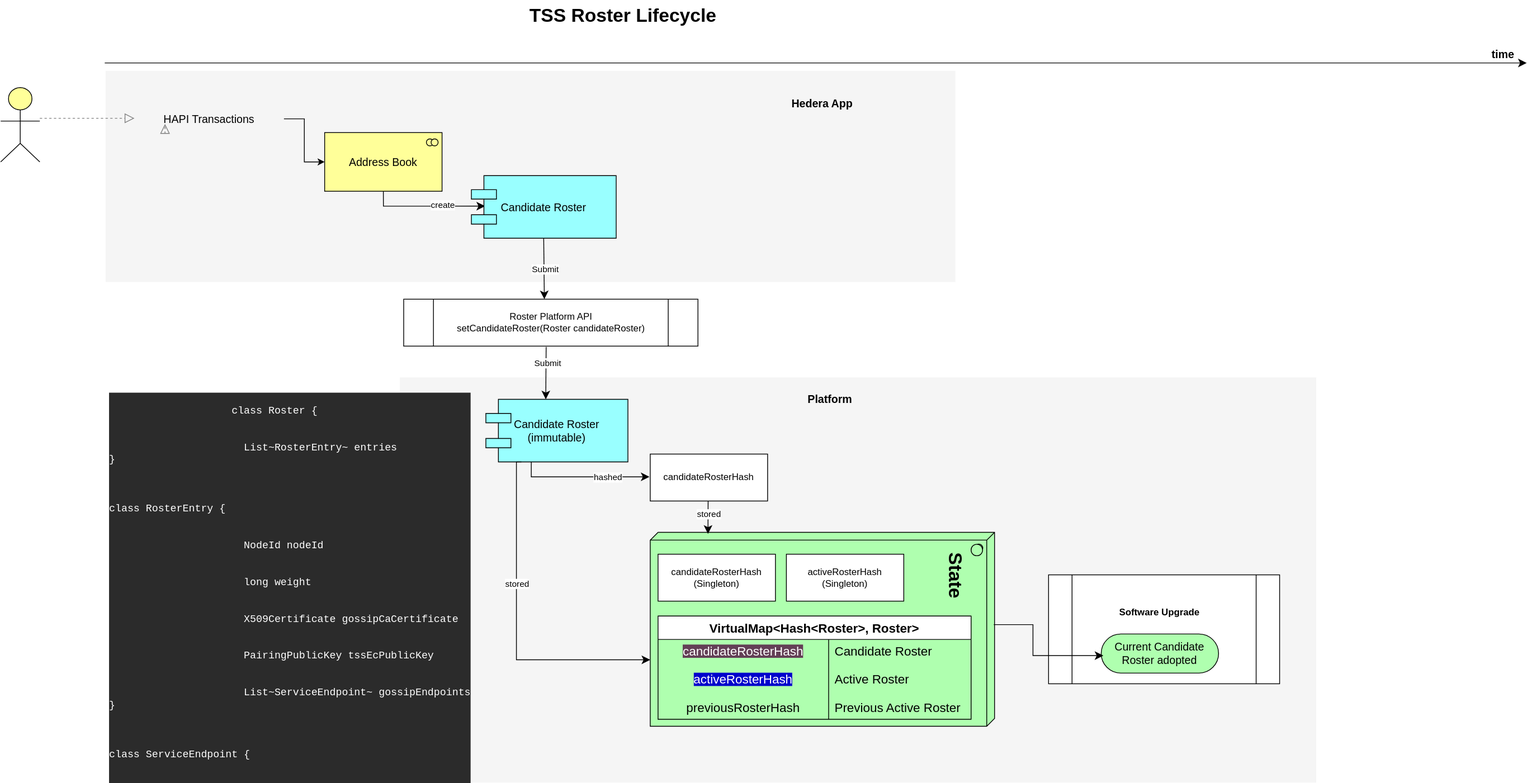
hashgraph/hedera-services keeps this draw.io diagram as platform-sdk/docs/proposals/001-tss-rosters-design-proposal/TSS Roster Lifecycle.drawio.svg. Above is the earlier version. Source tidied: cells renumbered, new cells last; positions are measured from the earlier drawing's top-left corner, leaving out a move shared by most shapes.
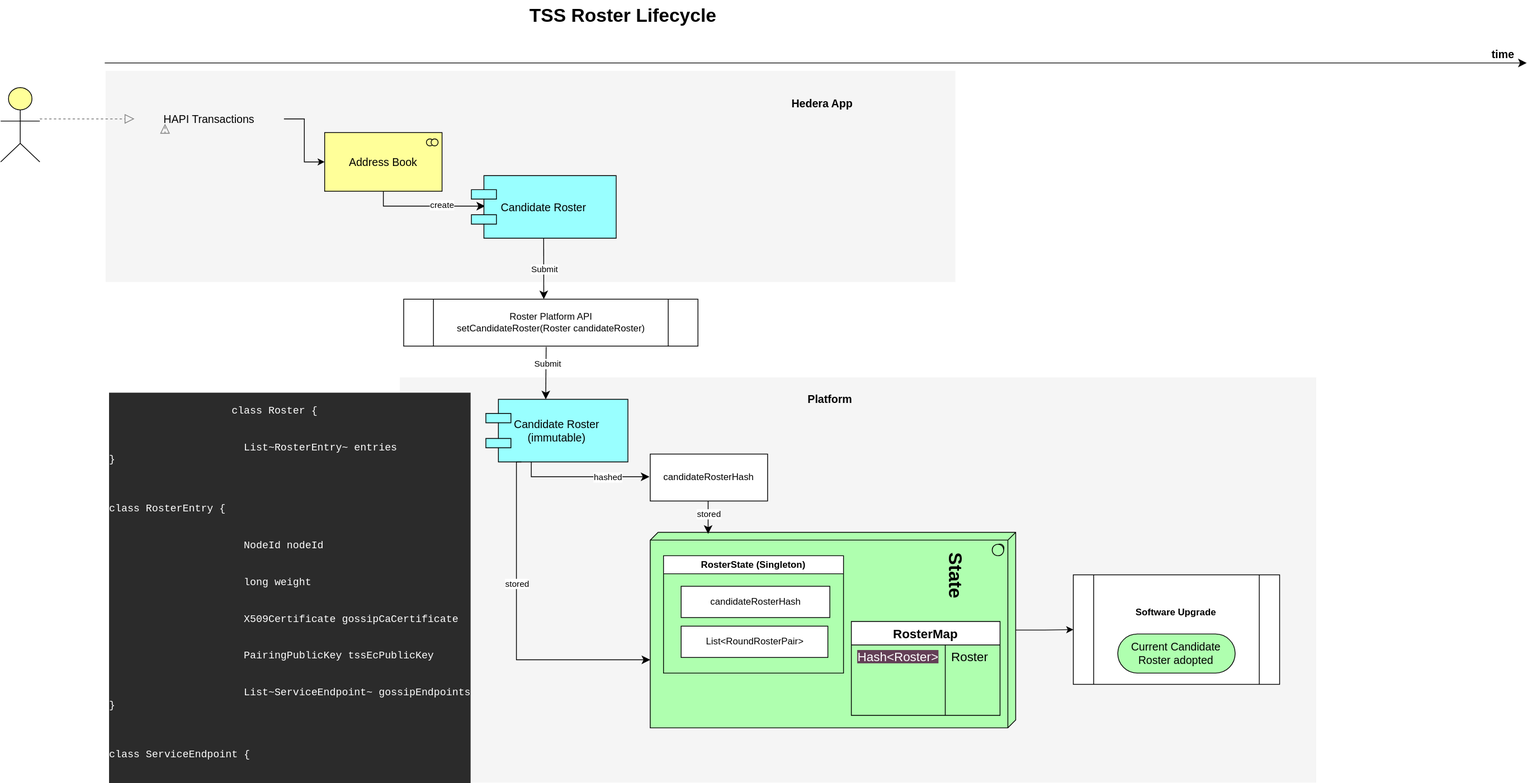
Later version of the same file.

The edit, as a diff of the source:
```diff
@@ -80,8 +80,11 @@
     <mxCell id="19" value="Candidate Roster" style="shape=component;align=center;fillColor=#99ffff;gradientColor=none;fontSize=14;" parent="1" vertex="1">
       <mxGeometry x="601.5" y="224" width="185" height="80" as="geometry" />
     </mxCell>
+    <mxCell id="51" style="edgeStyle=orthogonalEdgeStyle;rounded=0;jettySize=auto;html=1;exitX=1;exitY=0.5;exitDx=0;exitDy=0;exitPerimeter=0;entryX=1;entryY=0.5;entryDx=0;entryDy=0;" parent="1" edge="1" source="20" target="44">
+      <mxGeometry relative="1" as="geometry" />
+    </mxCell>
     <mxCell id="20" style="html=1;whiteSpace=wrap;fillColor=#AFFFAF;shape=mxgraph.archimate3.tech;techType=sysSw;fontSize=14;" parent="1" vertex="1">
-      <mxGeometry x="830" y="680" width="440" height="248" as="geometry" />
+      <mxGeometry x="830" y="680" width="467" height="250" as="geometry" />
     </mxCell>
     <mxCell id="21" value="Candidate Roster&#10;(immutable)" style="shape=component;align=center;fillColor=#99ffff;gradientColor=none;fontSize=14;" parent="1" vertex="1">
       <mxGeometry x="620" y="510" width="181.5" height="80" as="geometry" />
@@ -102,42 +105,36 @@
     <mxCell id="24" value="candidateRosterHash" style="rounded=0;whiteSpace=wrap;html=1;" parent="1" vertex="1">
       <mxGeometry x="830" y="580" width="150" height="60" as="geometry" />
     </mxCell>
-    <mxCell id="25" value="VirtualMap&lt;Hash&lt;Roster&gt;, Roster&gt;" style="shape=table;startSize=30;rowLines=0;fontStyle=1;strokeColor=default;fontSize=16;" parent="1" vertex="1">
-      <mxGeometry x="840" y="787" width="400" height="132" as="geometry" />
+    <mxCell id="25" value="RosterMap" style="shape=table;startSize=30;rowLines=0;fontStyle=1;strokeColor=default;fontSize=16;" parent="1" vertex="1">
+      <mxGeometry x="1087" y="794" width="190" height="120" as="geometry" />
     </mxCell>
     <mxCell id="26" style="shape=tableRow;horizontal=0;startSize=0;swimlaneHead=0;swimlaneBody=0;top=0;left=0;bottom=0;right=0;fillColor=none;strokeColor=inherit;fontSize=16;" parent="25" vertex="1">
-      <mxGeometry y="30" width="400" height="30" as="geometry" />
+      <mxGeometry y="30" width="190" height="30" as="geometry" />
     </mxCell>
-    <mxCell id="27" value="&lt;span style=&quot;background-color: rgb(99, 63, 86);&quot;&gt;&lt;font color=&quot;#ffffff&quot;&gt;candidateRosterHash&lt;/font&gt;&lt;/span&gt;" style="shape=partialRectangle;html=1;whiteSpace=wrap;fillColor=none;top=0;left=0;bottom=0;right=0;overflow=hidden;strokeColor=inherit;fontSize=16;" parent="26" vertex="1">
-      <mxGeometry width="218" height="30" as="geometry" />
+    <mxCell id="27" value="&lt;span style=&quot;background-color: rgb(99, 63, 86);&quot;&gt;&lt;font color=&quot;#ffffff&quot;&gt;Hash&amp;lt;Roster&amp;gt;&lt;/font&gt;&lt;/span&gt;" style="shape=partialRectangle;html=1;whiteSpace=wrap;fillColor=none;top=0;left=0;bottom=0;right=0;overflow=hidden;strokeColor=inherit;fontSize=16;" parent="26" vertex="1">
+      <mxGeometry width="120" height="30" as="geometry" />
     </mxCell>
-    <mxCell id="28" value="Candidate Roster" style="shape=partialRectangle;html=1;whiteSpace=wrap;fillColor=none;top=0;left=0;bottom=0;right=0;align=left;spacingLeft=6;overflow=hidden;strokeColor=inherit;fontSize=16;" parent="26" vertex="1">
-      <mxGeometry x="218" width="182" height="30" as="geometry" />
+    <mxCell id="28" value="Roster" style="shape=partialRectangle;html=1;whiteSpace=wrap;fillColor=none;top=0;left=0;bottom=0;right=0;align=left;spacingLeft=6;overflow=hidden;strokeColor=inherit;fontSize=16;" parent="26" vertex="1">
+      <mxGeometry x="120" width="70" height="30" as="geometry" />
     </mxCell>
     <mxCell id="29" style="shape=tableRow;horizontal=0;startSize=0;swimlaneHead=0;swimlaneBody=0;top=0;left=0;bottom=0;right=0;fillColor=none;strokeColor=inherit;fontSize=16;" parent="25" vertex="1">
-      <mxGeometry y="60" width="400" height="42" as="geometry" />
+      <mxGeometry y="60" width="190" height="40" as="geometry" />
     </mxCell>
-    <mxCell id="30" value="&lt;font style=&quot;background-color: rgb(0, 0, 204);&quot; color=&quot;#ffffff&quot;&gt;activeRosterHash&lt;/font&gt;" style="shape=partialRectangle;html=1;whiteSpace=wrap;fillColor=none;top=0;left=0;bottom=0;right=0;overflow=hidden;strokeColor=inherit;fontSize=16;" parent="29" vertex="1">
-      <mxGeometry width="218" height="42" as="geometry" />
+    <mxCell id="30" style="shape=partialRectangle;html=1;whiteSpace=wrap;fillColor=none;top=0;left=0;bottom=0;right=0;overflow=hidden;strokeColor=inherit;fontSize=16;" parent="29" vertex="1">
+      <mxGeometry width="120" height="40" as="geometry" />
     </mxCell>
-    <mxCell id="31" value="Active Roster" style="shape=partialRectangle;html=1;whiteSpace=wrap;fillColor=none;top=0;left=0;bottom=0;right=0;align=left;spacingLeft=6;overflow=hidden;strokeColor=inherit;fontSize=16;" parent="29" vertex="1">
-      <mxGeometry x="218" width="182" height="42" as="geometry" />
+    <mxCell id="31" style="shape=partialRectangle;html=1;whiteSpace=wrap;fillColor=none;top=0;left=0;bottom=0;right=0;align=left;spacingLeft=6;overflow=hidden;strokeColor=inherit;fontSize=16;" parent="29" vertex="1">
+      <mxGeometry x="120" width="70" height="40" as="geometry" />
     </mxCell>
     <mxCell id="32" style="shape=tableRow;horizontal=0;startSize=0;swimlaneHead=0;swimlaneBody=0;top=0;left=0;bottom=0;right=0;fillColor=none;strokeColor=inherit;fontSize=16;" parent="25" vertex="1">
-      <mxGeometry y="102" width="400" height="30" as="geometry" />
+      <mxGeometry y="100" width="190" height="20" as="geometry" />
     </mxCell>
-    <mxCell id="33" value="previousRosterHash" style="shape=partialRectangle;html=1;whiteSpace=wrap;fillColor=none;top=0;left=0;bottom=0;right=0;overflow=hidden;strokeColor=inherit;fontSize=16;" parent="32" vertex="1">
-      <mxGeometry width="218" height="30" as="geometry" />
+    <mxCell id="33" style="shape=partialRectangle;html=1;whiteSpace=wrap;fillColor=none;top=0;left=0;bottom=0;right=0;overflow=hidden;strokeColor=inherit;fontSize=16;" parent="32" vertex="1">
+      <mxGeometry width="120" height="20" as="geometry" />
     </mxCell>
-    <mxCell id="34" value="Previous Active Roster" style="shape=partialRectangle;html=1;whiteSpace=wrap;fillColor=none;top=0;left=0;bottom=0;right=0;align=left;spacingLeft=6;overflow=hidden;strokeColor=inherit;fontSize=16;" parent="32" vertex="1">
-      <mxGeometry x="218" width="182" height="30" as="geometry" />
+    <mxCell id="34" style="shape=partialRectangle;html=1;whiteSpace=wrap;fillColor=none;top=0;left=0;bottom=0;right=0;align=left;spacingLeft=6;overflow=hidden;strokeColor=inherit;fontSize=16;" parent="32" vertex="1">
+      <mxGeometry x="120" width="70" height="20" as="geometry" />
     </mxCell>
-    <mxCell id="35" value="candidateRosterHash&lt;br&gt;(Singleton)" style="rounded=0;whiteSpace=wrap;html=1;" parent="1" vertex="1">
-      <mxGeometry x="840" y="708" width="150" height="60" as="geometry" />
-    </mxCell>
-    <mxCell id="36" value="activeRosterHash&lt;br&gt;(Singleton)" style="rounded=0;whiteSpace=wrap;html=1;" parent="1" vertex="1">
-      <mxGeometry x="1004" y="708" width="150" height="60" as="geometry" />
-    </mxCell>
     <mxCell id="37" style="edgeStyle=elbowEdgeStyle;elbow=horizontal;endArrow=classic;html=1;curved=0;rounded=0;endSize=8;startSize=8;" parent="1" edge="1">
       <mxGeometry relative="1" as="geometry">
         <mxPoint x="904" y="640" as="sourcePoint" />
@@ -168,23 +165,13 @@
       <mxGeometry relative="1" as="geometry" />
     </mxCell>
     <mxCell id="44" style="shape=process;whiteSpace=wrap;html=1;backgroundOutline=1;rotation=90;direction=south;" parent="1" vertex="1">
-      <mxGeometry x="1417" y="656.4" width="139.2" height="295.2" as="geometry" />
+      <mxGeometry x="1432.4" y="672.6" width="140" height="263.6" as="geometry" />
     </mxCell>
     <mxCell id="45" value="Current Candidate Roster adopted" style="html=1;whiteSpace=wrap;fillColor=#AFFFAF;shape=mxgraph.archimate3.service;fontSize=14;" parent="1" vertex="1">
-      <mxGeometry x="1406.2" y="810" width="150" height="50" as="geometry" />
+      <mxGeometry x="1427.4" y="810" width="150" height="50" as="geometry" />
     </mxCell>
-    <mxCell id="46" style="edgeStyle=segmentEdgeStyle;endArrow=classic;html=1;curved=0;rounded=0;endSize=8;startSize=8;" parent="1" edge="1">
-      <mxGeometry relative="1" as="geometry">
-        <mxPoint x="1269" y="798" as="sourcePoint" />
-        <mxPoint x="1409" y="837.6" as="targetPoint" />
-        <Array as="points">
-          <mxPoint x="1319" y="798" />
-          <mxPoint x="1319" y="838" />
-        </Array>
-      </mxGeometry>
-    </mxCell>
     <mxCell id="47" value="&lt;span style=&quot;color: rgb(0, 0, 0); font-family: Helvetica; font-size: 12px; font-style: normal; font-variant-ligatures: normal; font-variant-caps: normal; letter-spacing: normal; orphans: 2; text-align: center; text-indent: 0px; text-transform: none; widows: 2; word-spacing: 0px; -webkit-text-stroke-width: 0px; background-color: rgb(255, 255, 255); text-decoration-thickness: initial; text-decoration-style: initial; text-decoration-color: initial; float: none; display: inline !important;&quot;&gt;&lt;b&gt;Software Upgrade&lt;/b&gt;&lt;/span&gt;" style="text;html=1;align=center;verticalAlign=middle;whiteSpace=wrap;rounded=0;" parent="1" vertex="1">
-      <mxGeometry x="1426.2" y="768" width="110" height="30" as="geometry" />
+      <mxGeometry x="1447.4" y="768" width="110" height="30" as="geometry" />
     </mxCell>
     <mxCell id="48" style="edgeStyle=orthogonalEdgeStyle;rounded=0;jettySize=auto;html=1;entryX=0;entryY=0.5;entryDx=0;entryDy=0;entryPerimeter=0;" parent="1" edge="1" source="50" target="9">
       <mxGeometry relative="1" as="geometry" />
@@ -195,5 +182,14 @@
     <mxCell id="50" value="HAPI Transactions" style="text;html=1;strokeColor=none;fillColor=none;align=center;verticalAlign=middle;whiteSpace=wrap;fontSize=14;" parent="1" vertex="1">
       <mxGeometry x="171" y="141.5" width="191" height="20" as="geometry" />
     </mxCell>
+    <mxCell id="52" value="RosterState (Singleton)" style="swimlane;whiteSpace=wrap;html=1;" parent="1" vertex="1">
+      <mxGeometry x="847" y="710" width="230" height="150" as="geometry" />
+    </mxCell>
+    <mxCell id="35" value="candidateRosterHash" style="rounded=0;whiteSpace=wrap;html=1;" parent="52" vertex="1">
+      <mxGeometry x="22.5" y="39" width="190" height="40" as="geometry" />
+    </mxCell>
+    <mxCell id="53" value="List&amp;lt;RoundRosterPair&amp;gt;" style="rounded=0;whiteSpace=wrap;html=1;" parent="52" vertex="1">
+      <mxGeometry x="22.5" y="90" width="187.5" height="40" as="geometry" />
+    </mxCell>
   </root>
 </mxGraphModel>
```
